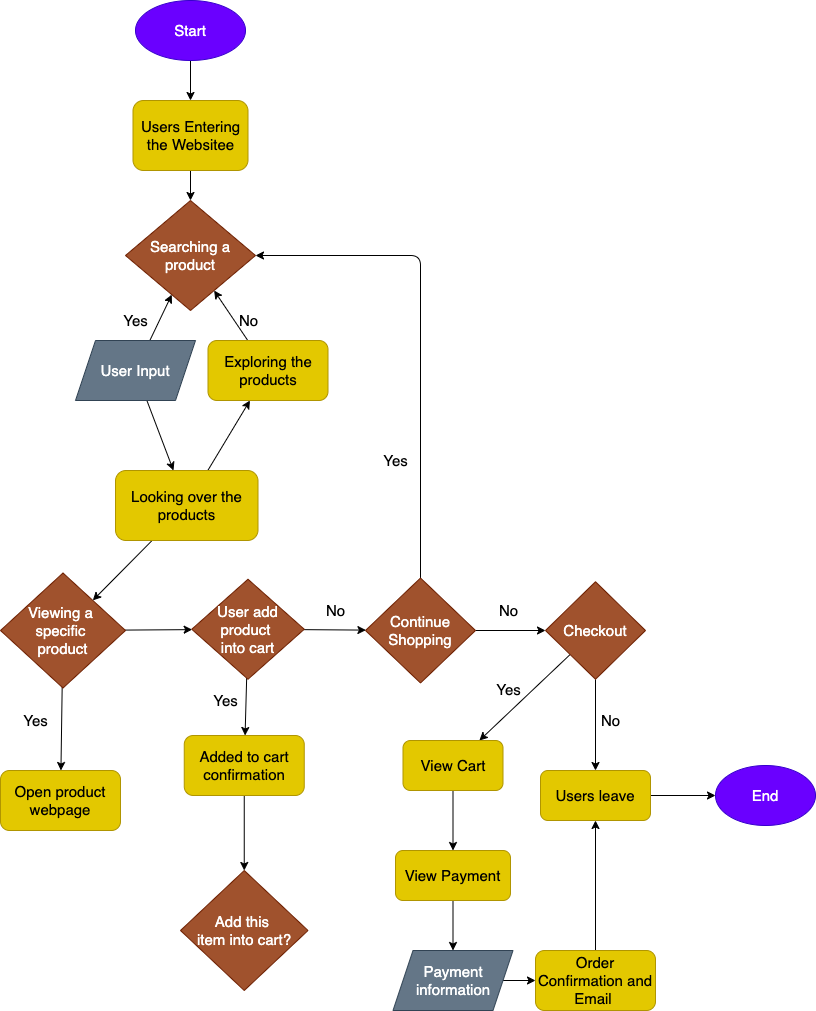
This is explore/diagramming/diagram.drawio.png from maibaothu/fa22-cse110-lab4, a draw.io export, as it was before one commit. Source tidied: cells renumbered, new cells last; positions are measured from the earlier drawing's top-left corner, leaving out a move shared by most shapes. The source it was exported from:
```xml
<mxGraphModel>
  <root>
    <mxCell id="0" />
    <mxCell id="1" parent="0" />
    <mxCell id="2" style="edgeStyle=none;html=1;fontSize=15;" parent="1" edge="1" source="3" target="6">
      <mxGeometry relative="1" as="geometry" />
    </mxCell>
    <mxCell id="3" value="&lt;font style=&quot;font-size: 15px&quot;&gt;Start&lt;/font&gt;" style="ellipse;whiteSpace=wrap;html=1;fillColor=#6a00ff;strokeColor=#3700CC;fontColor=#ffffff;" parent="1" vertex="1">
      <mxGeometry x="135" width="110" height="60" as="geometry" />
    </mxCell>
    <mxCell id="4" value="Searching a product" style="rhombus;whiteSpace=wrap;html=1;fontSize=15;fillColor=#a0522d;fontColor=#ffffff;strokeColor=#6D1F00;" parent="1" vertex="1">
      <mxGeometry x="125" y="200" width="130" height="110" as="geometry" />
    </mxCell>
    <mxCell id="5" style="edgeStyle=none;html=1;fontSize=15;" parent="1" edge="1" source="6" target="4">
      <mxGeometry relative="1" as="geometry" />
    </mxCell>
    <mxCell id="6" value="Users Entering the Websitee" style="rounded=1;whiteSpace=wrap;html=1;fontSize=15;glass=0;fillColor=#e3c800;fontColor=#000000;strokeColor=#B09500;" parent="1" vertex="1">
      <mxGeometry x="132.5" y="100" width="115" height="70" as="geometry" />
    </mxCell>
    <mxCell id="7" style="edgeStyle=none;html=1;fontSize=15;" parent="1" edge="1" source="9" target="4">
      <mxGeometry relative="1" as="geometry" />
    </mxCell>
    <mxCell id="8" style="edgeStyle=none;html=1;fontSize=15;" parent="1" edge="1" source="9" target="12">
      <mxGeometry relative="1" as="geometry" />
    </mxCell>
    <mxCell id="9" value="User Input" style="shape=parallelogram;perimeter=parallelogramPerimeter;whiteSpace=wrap;html=1;fixedSize=1;fontSize=15;fillColor=#647687;fontColor=#ffffff;strokeColor=#314354;" parent="1" vertex="1">
      <mxGeometry x="75" y="340" width="120" height="60" as="geometry" />
    </mxCell>
    <mxCell id="10" style="edgeStyle=none;html=1;fontSize=15;" parent="1" edge="1" source="12" target="15">
      <mxGeometry relative="1" as="geometry" />
    </mxCell>
    <mxCell id="11" style="edgeStyle=none;html=1;fontSize=15;" parent="1" edge="1" source="12" target="25">
      <mxGeometry relative="1" as="geometry" />
    </mxCell>
    <mxCell id="12" value="Looking over the products" style="rounded=1;whiteSpace=wrap;html=1;fontSize=15;fillColor=#e3c800;fontColor=#000000;strokeColor=#B09500;" parent="1" vertex="1">
      <mxGeometry x="115" y="470" width="142.5" height="70" as="geometry" />
    </mxCell>
    <mxCell id="13" value="Yes" style="text;html=1;align=center;verticalAlign=middle;strokeColor=none;fillColor=none;fontSize=15;" parent="1" vertex="1">
      <mxGeometry x="115" y="310" width="40" height="20" as="geometry" />
    </mxCell>
    <mxCell id="14" style="edgeStyle=none;html=1;fontSize=15;" parent="1" edge="1" source="15" target="4">
      <mxGeometry relative="1" as="geometry" />
    </mxCell>
    <mxCell id="15" value="Exploring the products" style="rounded=1;whiteSpace=wrap;html=1;fontSize=15;fillColor=#e3c800;fontColor=#000000;strokeColor=#B09500;" parent="1" vertex="1">
      <mxGeometry x="207.5" y="340" width="120" height="60" as="geometry" />
    </mxCell>
    <mxCell id="16" value="No" style="text;html=1;align=center;verticalAlign=middle;strokeColor=none;fillColor=none;fontSize=15;" parent="1" vertex="1">
      <mxGeometry x="232.5" y="310" width="30" height="20" as="geometry" />
    </mxCell>
    <mxCell id="17" style="edgeStyle=none;html=1;fontSize=15;" parent="1" edge="1" source="19" target="31">
      <mxGeometry relative="1" as="geometry" />
    </mxCell>
    <mxCell id="18" style="edgeStyle=none;html=1;fontSize=15;" parent="1" edge="1" source="19" target="4">
      <mxGeometry relative="1" as="geometry">
        <Array as="points">
          <mxPoint x="420" y="255" />
        </Array>
      </mxGeometry>
    </mxCell>
    <mxCell id="19" value="Continue Shopping" style="rhombus;whiteSpace=wrap;html=1;fontSize=15;fillColor=#a0522d;fontColor=#ffffff;strokeColor=#6D1F00;" parent="1" vertex="1">
      <mxGeometry x="365" y="577.5" width="110" height="105" as="geometry" />
    </mxCell>
    <mxCell id="20" style="edgeStyle=none;html=1;fontSize=15;" parent="1" edge="1" source="21" target="22">
      <mxGeometry relative="1" as="geometry" />
    </mxCell>
    <mxCell id="21" value="Added to cart confirmation" style="rounded=1;whiteSpace=wrap;html=1;fontSize=15;fillColor=#e3c800;fontColor=#000000;strokeColor=#B09500;" parent="1" vertex="1">
      <mxGeometry x="183.8" y="735" width="120" height="60" as="geometry" />
    </mxCell>
    <mxCell id="22" value="Add this &lt;br&gt;item into cart?" style="rhombus;whiteSpace=wrap;html=1;fontSize=15;fillColor=#a0522d;fontColor=#ffffff;strokeColor=#6D1F00;" parent="1" vertex="1">
      <mxGeometry x="180" y="870" width="127.5" height="120" as="geometry" />
    </mxCell>
    <mxCell id="23" style="edgeStyle=none;html=1;fontSize=15;" parent="1" edge="1" source="25" target="26">
      <mxGeometry relative="1" as="geometry" />
    </mxCell>
    <mxCell id="24" style="edgeStyle=none;html=1;fontSize=15;" parent="1" edge="1" source="25" target="48">
      <mxGeometry relative="1" as="geometry" />
    </mxCell>
    <mxCell id="25" value="Viewing a &lt;br&gt;specific &lt;br&gt;product" style="rhombus;whiteSpace=wrap;html=1;fontSize=15;fillColor=#a0522d;fontColor=#ffffff;strokeColor=#6D1F00;" parent="1" vertex="1">
      <mxGeometry y="572.5" width="125" height="115" as="geometry" />
    </mxCell>
    <mxCell id="26" value="Open product webpage" style="rounded=1;whiteSpace=wrap;html=1;fontSize=15;fillColor=#e3c800;fontColor=#000000;strokeColor=#B09500;" parent="1" vertex="1">
      <mxGeometry y="770" width="120" height="60" as="geometry" />
    </mxCell>
    <mxCell id="27" value="Yes" style="text;html=1;align=center;verticalAlign=middle;strokeColor=none;fillColor=none;fontSize=15;" parent="1" vertex="1">
      <mxGeometry x="15" y="710" width="40" height="20" as="geometry" />
    </mxCell>
    <mxCell id="28" value="Yes" style="text;html=1;align=center;verticalAlign=middle;strokeColor=none;fillColor=none;fontSize=15;" parent="1" vertex="1">
      <mxGeometry x="375" y="450" width="40" height="20" as="geometry" />
    </mxCell>
    <mxCell id="29" style="edgeStyle=none;html=1;fontSize=15;" parent="1" edge="1" source="31" target="34">
      <mxGeometry relative="1" as="geometry" />
    </mxCell>
    <mxCell id="30" style="edgeStyle=none;html=1;fontSize=15;" parent="1" edge="1" source="31" target="38">
      <mxGeometry relative="1" as="geometry" />
    </mxCell>
    <mxCell id="31" value="Checkout" style="rhombus;whiteSpace=wrap;html=1;fontSize=15;fillColor=#a0522d;fontColor=#ffffff;strokeColor=#6D1F00;" parent="1" vertex="1">
      <mxGeometry x="545" y="581.2" width="100" height="97.5" as="geometry" />
    </mxCell>
    <mxCell id="32" value="No" style="text;html=1;align=center;verticalAlign=middle;strokeColor=none;fillColor=none;fontSize=15;" parent="1" vertex="1">
      <mxGeometry x="492.5" y="600" width="30" height="20" as="geometry" />
    </mxCell>
    <mxCell id="33" style="edgeStyle=none;html=1;fontSize=15;" parent="1" edge="1" source="34" target="36">
      <mxGeometry relative="1" as="geometry" />
    </mxCell>
    <mxCell id="34" value="Users leave" style="rounded=1;whiteSpace=wrap;html=1;fontSize=15;fillColor=#e3c800;fontColor=#000000;strokeColor=#B09500;" parent="1" vertex="1">
      <mxGeometry x="540" y="770" width="110" height="50" as="geometry" />
    </mxCell>
    <mxCell id="35" value="No" style="text;html=1;align=center;verticalAlign=middle;strokeColor=none;fillColor=none;fontSize=15;" parent="1" vertex="1">
      <mxGeometry x="595" y="710" width="30" height="20" as="geometry" />
    </mxCell>
    <mxCell id="36" value="End" style="ellipse;whiteSpace=wrap;html=1;fontSize=15;fillColor=#6a00ff;fontColor=#ffffff;strokeColor=#3700CC;" parent="1" vertex="1">
      <mxGeometry x="715" y="765" width="100" height="60" as="geometry" />
    </mxCell>
    <mxCell id="37" style="edgeStyle=none;html=1;fontSize=15;" parent="1" edge="1" source="38" target="40">
      <mxGeometry relative="1" as="geometry" />
    </mxCell>
    <mxCell id="38" value="View Cart" style="rounded=1;whiteSpace=wrap;html=1;fontSize=15;fillColor=#e3c800;fontColor=#000000;strokeColor=#B09500;" parent="1" vertex="1">
      <mxGeometry x="402.5" y="740" width="100" height="50" as="geometry" />
    </mxCell>
    <mxCell id="39" style="edgeStyle=none;html=1;fontSize=15;" parent="1" edge="1" source="40" target="42">
      <mxGeometry relative="1" as="geometry" />
    </mxCell>
    <mxCell id="40" value="View Payment" style="rounded=1;whiteSpace=wrap;html=1;fontSize=15;fillColor=#e3c800;fontColor=#000000;strokeColor=#B09500;" parent="1" vertex="1">
      <mxGeometry x="395" y="850" width="115" height="50" as="geometry" />
    </mxCell>
    <mxCell id="41" style="edgeStyle=none;html=1;fontSize=15;" parent="1" edge="1" source="42" target="44">
      <mxGeometry relative="1" as="geometry" />
    </mxCell>
    <mxCell id="42" value="Payment information" style="shape=parallelogram;perimeter=parallelogramPerimeter;whiteSpace=wrap;html=1;fixedSize=1;fontSize=15;fillColor=#647687;fontColor=#ffffff;strokeColor=#314354;" parent="1" vertex="1">
      <mxGeometry x="392.5" y="950" width="120" height="60" as="geometry" />
    </mxCell>
    <mxCell id="43" style="edgeStyle=none;html=1;fontSize=15;" parent="1" edge="1" source="44" target="34">
      <mxGeometry relative="1" as="geometry" />
    </mxCell>
    <mxCell id="44" value="Order Confirmation and Email&amp;nbsp;" style="rounded=1;whiteSpace=wrap;html=1;fontSize=15;fillColor=#e3c800;fontColor=#000000;strokeColor=#B09500;" parent="1" vertex="1">
      <mxGeometry x="535" y="950" width="120" height="60" as="geometry" />
    </mxCell>
    <mxCell id="45" value="Yes" style="text;html=1;align=center;verticalAlign=middle;strokeColor=none;fillColor=none;fontSize=15;" parent="1" vertex="1">
      <mxGeometry x="487.5" y="678.8" width="40" height="20" as="geometry" />
    </mxCell>
    <mxCell id="46" style="edgeStyle=none;html=1;fontSize=15;" parent="1" edge="1" source="48" target="19">
      <mxGeometry relative="1" as="geometry" />
    </mxCell>
    <mxCell id="47" style="edgeStyle=none;html=1;fontSize=15;" parent="1" edge="1" source="48" target="21">
      <mxGeometry relative="1" as="geometry" />
    </mxCell>
    <mxCell id="48" value="&lt;span&gt;User add product &lt;br&gt;into cart&lt;/span&gt;" style="rhombus;whiteSpace=wrap;html=1;rounded=0;glass=0;fontSize=15;fillColor=#a0522d;fontColor=#ffffff;strokeColor=#6D1F00;" parent="1" vertex="1">
      <mxGeometry x="191.2" y="578.8" width="112.5" height="100" as="geometry" />
    </mxCell>
    <mxCell id="49" value="Yes" style="text;html=1;align=center;verticalAlign=middle;strokeColor=none;fillColor=none;fontSize=15;" parent="1" vertex="1">
      <mxGeometry x="205" y="690" width="40" height="20" as="geometry" />
    </mxCell>
    <mxCell id="50" value="No" style="text;html=1;align=center;verticalAlign=middle;strokeColor=none;fillColor=none;fontSize=15;" parent="1" vertex="1">
      <mxGeometry x="320" y="600" width="30" height="20" as="geometry" />
    </mxCell>
  </root>
</mxGraphModel>
```
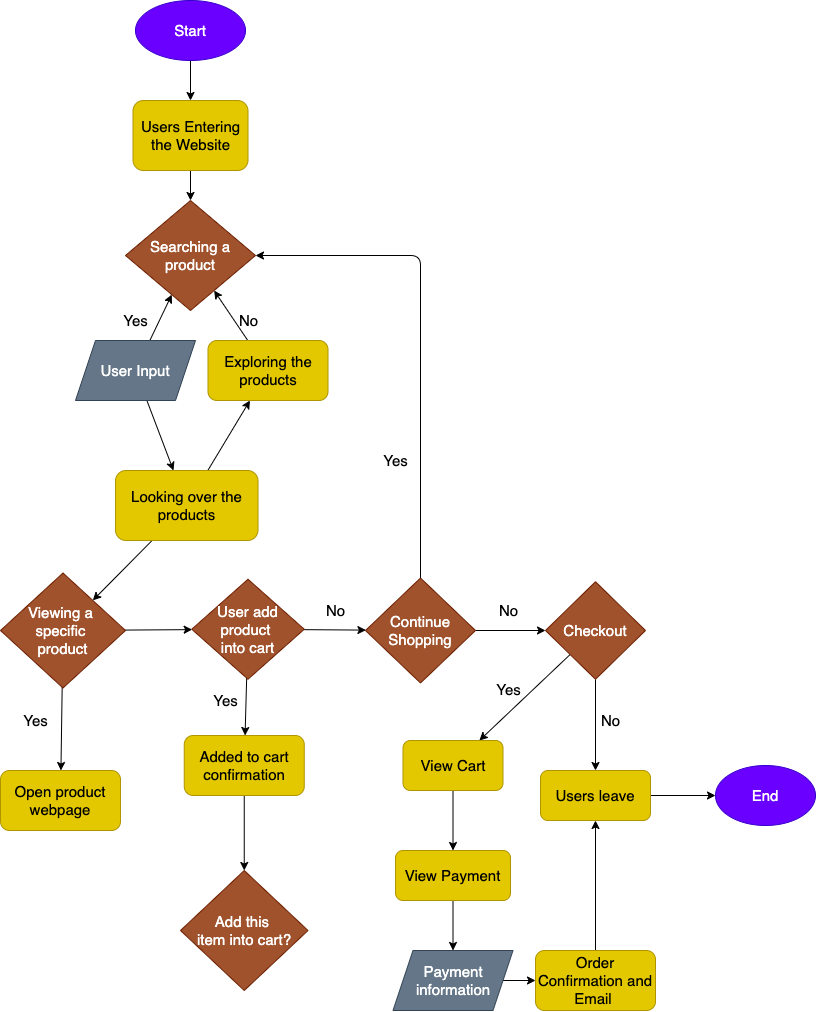
Above is the later version.

What changed in the source:
```diff
@@ -14,7 +14,7 @@
     <mxCell id="5" style="edgeStyle=none;html=1;fontSize=15;" parent="1" edge="1" source="6" target="4">
       <mxGeometry relative="1" as="geometry" />
     </mxCell>
-    <mxCell id="6" value="Users Entering the Websitee" style="rounded=1;whiteSpace=wrap;html=1;fontSize=15;glass=0;fillColor=#e3c800;fontColor=#000000;strokeColor=#B09500;" parent="1" vertex="1">
+    <mxCell id="6" value="Users Entering the Website" style="rounded=1;whiteSpace=wrap;html=1;fontSize=15;glass=0;fillColor=#e3c800;fontColor=#000000;strokeColor=#B09500;" parent="1" vertex="1">
       <mxGeometry x="132.5" y="100" width="115" height="70" as="geometry" />
     </mxCell>
     <mxCell id="7" style="edgeStyle=none;html=1;fontSize=15;" parent="1" edge="1" source="9" target="4">
```
